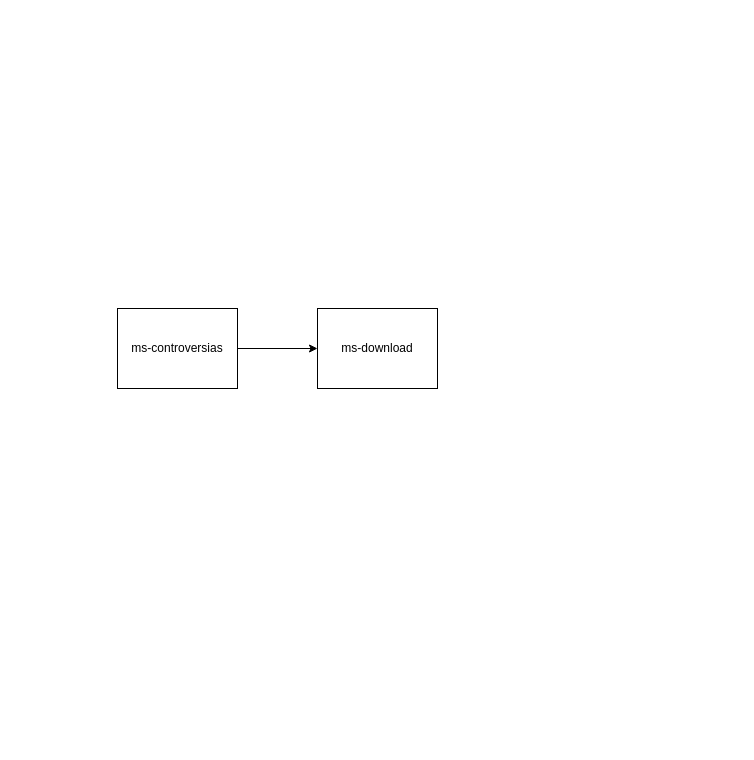
This is Untitled Diagram.drawio from soyHouston256/git_new, a draw.io file, before an edit. Source tidied: cells renumbered, new cells numbered last; positions are measured from the earlier drawing's top-left corner, leaving out a move shared by most shapes. Both pictures are drawn from the tidied source at 100%, with x=0, y=0 at pixel (117, 308).
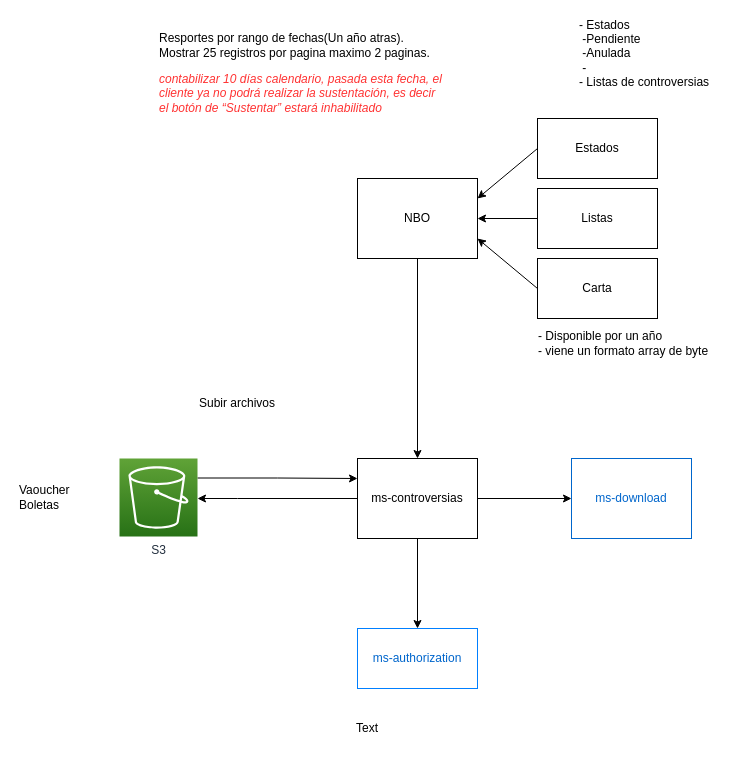
Above is the later version.

Diff of the diagram source:
```diff
@@
+    <mxCell id="5" style="edgeStyle=orthogonalEdgeStyle;rounded=0;jettySize=auto;html=1;" parent="1" edge="1" source="3" target="20">
+      <mxGeometry relative="1" as="geometry">
+        <Array as="points">
+          <mxPoint x="120" y="190" />
+          <mxPoint x="120" y="190" />
+        </Array>
+      </mxGeometry>
+    </mxCell>
+    <mxCell id="6" style="edgeStyle=orthogonalEdgeStyle;rounded=0;jettySize=auto;html=1;" parent="1" edge="1" source="3" target="22">
+      <mxGeometry relative="1" as="geometry" />
+    </mxCell>
     <mxCell id="3" value="ms-controversias" style="whiteSpace=wrap;html=1;" parent="1" vertex="1">
-      <mxGeometry width="120" height="80" as="geometry" />
+      <mxGeometry x="240" y="150" width="120" height="80" as="geometry" />
     </mxCell>
+    <mxCell id="7" style="rounded=0;jettySize=auto;html=1;exitX=0.5;exitY=1;exitDx=0;exitDy=0;entryX=0.5;entryY=0;entryDx=0;entryDy=0;" parent="1" edge="1" source="9" target="3">
+      <mxGeometry relative="1" as="geometry" />
+    </mxCell>
-    <mxCell id="4" value="ms-download" style="whiteSpace=wrap;html=1;" parent="1" vertex="1">
-      <mxGeometry x="200" width="120" height="80" as="geometry" />
+    <mxCell id="4" value="ms-download" style="whiteSpace=wrap;html=1;strokeColor=#0066CC;fontColor=#0066CC;" parent="1" vertex="1">
+      <mxGeometry x="454" y="150" width="120" height="80" as="geometry" />
     </mxCell>
+    <mxCell id="8" value="Resportes por rango de fechas(Un año atras).&lt;br&gt;Mostrar 25 registros por pagina maximo 2 paginas.&lt;br&gt;&lt;p&gt;&lt;em&gt;&lt;font color=&quot;#ff3333&quot;&gt;contabilizar 10 días calendario, pasada esta fecha, el cliente ya no podrá realizar la sustentación, es decir el botón de “Sustentar” estará inhabilitado&lt;/font&gt;&lt;/em&gt;&lt;/p&gt;&lt;br&gt;&lt;br&gt;" style="text;html=1;strokeColor=none;fillColor=none;align=left;verticalAlign=middle;whiteSpace=wrap;rounded=0;" parent="1" vertex="1">
+      <mxGeometry x="40" y="-230" width="290" height="30" as="geometry" />
+    </mxCell>
+    <mxCell id="9" value="NBO" style="whiteSpace=wrap;html=1;" parent="1" vertex="1">
+      <mxGeometry x="240" y="-130" width="120" height="80" as="geometry" />
+    </mxCell>
+    <mxCell id="10" value="- Estados&lt;br&gt;&lt;span style=&quot;white-space: pre;&quot;&gt; &lt;/span&gt;-Pendiente&lt;br&gt;&lt;span style=&quot;white-space: pre;&quot;&gt; &lt;/span&gt;-Anulada&lt;br&gt;&lt;span style=&quot;white-space: pre;&quot;&gt; &lt;/span&gt;-&lt;br&gt;- Listas de controversias" style="text;html=1;strokeColor=none;fillColor=none;align=left;verticalAlign=middle;whiteSpace=wrap;rounded=0;" parent="1" vertex="1">
+      <mxGeometry x="460" y="-260" width="160" height="10" as="geometry" />
+    </mxCell>
+    <mxCell id="11" style="rounded=0;jettySize=auto;html=1;entryX=1;entryY=0.25;entryDx=0;entryDy=0;exitX=0;exitY=0.5;exitDx=0;exitDy=0;" parent="1" edge="1" source="12" target="9">
+      <mxGeometry relative="1" as="geometry" />
+    </mxCell>
+    <mxCell id="12" value="Estados" style="whiteSpace=wrap;html=1;" parent="1" vertex="1">
+      <mxGeometry x="420" y="-190" width="120" height="60" as="geometry" />
+    </mxCell>
+    <mxCell id="13" style="edgeStyle=orthogonalEdgeStyle;rounded=0;jettySize=auto;html=1;entryX=1;entryY=0.5;entryDx=0;entryDy=0;" parent="1" edge="1" source="14" target="9">
+      <mxGeometry relative="1" as="geometry" />
+    </mxCell>
+    <mxCell id="14" value="Listas" style="whiteSpace=wrap;html=1;" parent="1" vertex="1">
+      <mxGeometry x="420" y="-120" width="120" height="60" as="geometry" />
+    </mxCell>
+    <mxCell id="15" style="rounded=0;jettySize=auto;html=1;entryX=1;entryY=0.75;entryDx=0;entryDy=0;exitX=0;exitY=0.5;exitDx=0;exitDy=0;" parent="1" edge="1" source="16" target="9">
+      <mxGeometry relative="1" as="geometry" />
+    </mxCell>
+    <mxCell id="16" value="Carta" style="whiteSpace=wrap;html=1;" parent="1" vertex="1">
+      <mxGeometry x="420" y="-50" width="120" height="60" as="geometry" />
+    </mxCell>
+    <mxCell id="17" value="- Disponible por un año&lt;br&gt;- viene un formato array de byte&amp;nbsp;" style="text;html=1;strokeColor=none;fillColor=none;align=left;verticalAlign=middle;whiteSpace=wrap;rounded=0;" parent="1" vertex="1">
+      <mxGeometry x="419" y="20" width="190" height="30" as="geometry" />
+    </mxCell>
+    <mxCell id="18" style="edgeStyle=orthogonalEdgeStyle;rounded=0;jettySize=auto;html=1;entryX=0;entryY=0.25;entryDx=0;entryDy=0;exitX=1;exitY=0.25;exitDx=0;exitDy=0;exitPerimeter=0;" parent="1" edge="1" source="20" target="3">
+      <mxGeometry relative="1" as="geometry" />
+    </mxCell>
+    <mxCell id="19" value="Subir archivos" style="text;html=1;strokeColor=none;fillColor=none;align=left;verticalAlign=middle;whiteSpace=wrap;rounded=0;" parent="1" vertex="1">
+      <mxGeometry x="80" y="80" width="160" height="30" as="geometry" />
+    </mxCell>
+    <mxCell id="20" value="S3" style="sketch=0;points=[[0,0,0],[0.25,0,0],[0.5,0,0],[0.75,0,0],[1,0,0],[0,1,0],[0.25,1,0],[0.5,1,0],[0.75,1,0],[1,1,0],[0,0.25,0],[0,0.5,0],[0,0.75,0],[1,0.25,0],[1,0.5,0],[1,0.75,0]];outlineConnect=0;fontColor=#232F3E;gradientColor=#60A337;gradientDirection=north;fillColor=#277116;strokeColor=#ffffff;dashed=0;verticalLabelPosition=bottom;verticalAlign=top;align=center;html=1;fontSize=12;fontStyle=0;shape=mxgraph.aws4.resourceIcon;resIcon=mxgraph.aws4.s3;" parent="1" vertex="1">
+      <mxGeometry x="2" y="150" width="78" height="78" as="geometry" />
+    </mxCell>
+    <mxCell id="21" value="Vaoucher&lt;br&gt;Boletas" style="text;html=1;strokeColor=none;fillColor=none;align=left;verticalAlign=middle;whiteSpace=wrap;rounded=0;" parent="1" vertex="1">
+      <mxGeometry x="-100" y="174" width="60" height="30" as="geometry" />
+    </mxCell>
+    <mxCell id="22" value="ms-authorization" style="whiteSpace=wrap;html=1;fontColor=#0066CC;strokeColor=#007FFF;" parent="1" vertex="1">
+      <mxGeometry x="240" y="320" width="120" height="60" as="geometry" />
+    </mxCell>
+    <mxCell id="23" value="Text" style="text;html=1;strokeColor=none;fillColor=none;align=center;verticalAlign=middle;whiteSpace=wrap;rounded=0;" parent="1" vertex="1">
+      <mxGeometry x="220" y="405" width="60" height="30" as="geometry" />
+    </mxCell>
```
